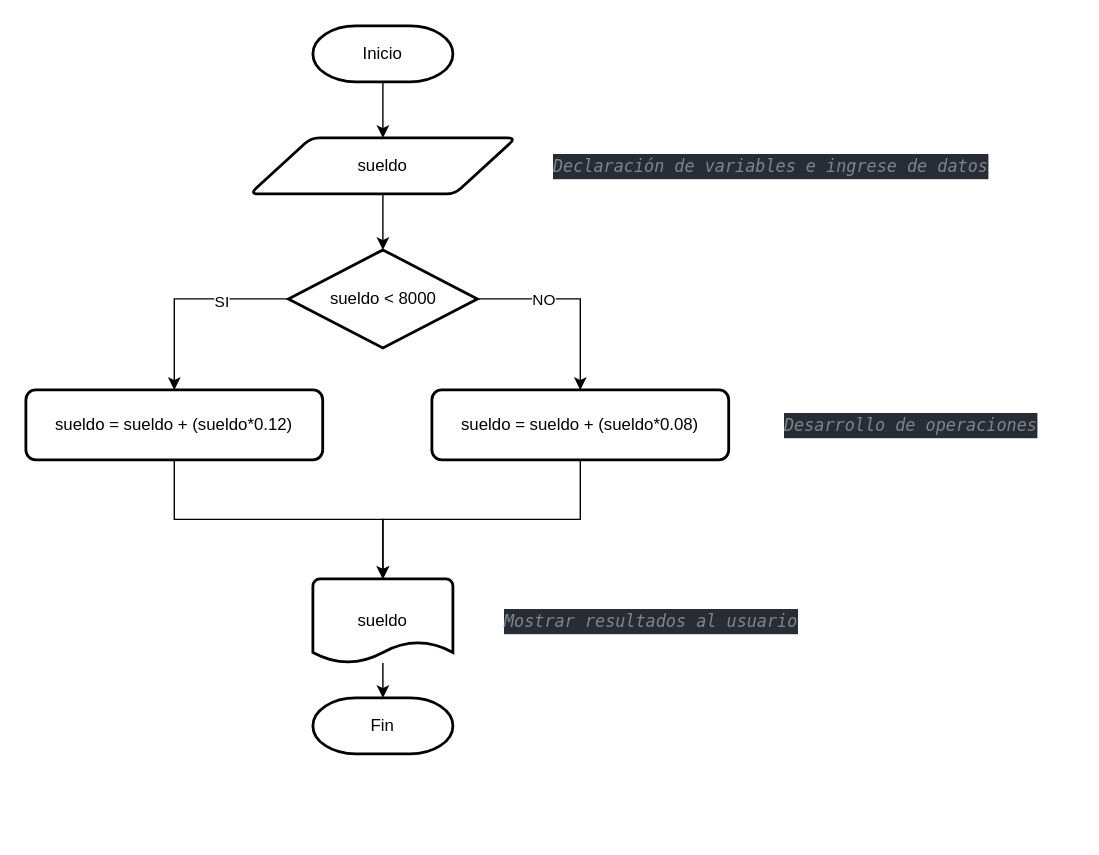
The draw.io diagram ES_Ejercicio_09.drawio in JaritaSanty/draw.io_BookPython, before the edit. Source tidied: cells renumbered, new cells numbered last; positions are measured from the earlier drawing's top-left corner, leaving out a move shared by most shapes. Both pictures are drawn from the tidied source at 140%, with x=0, y=0 at pixel (25, 25).
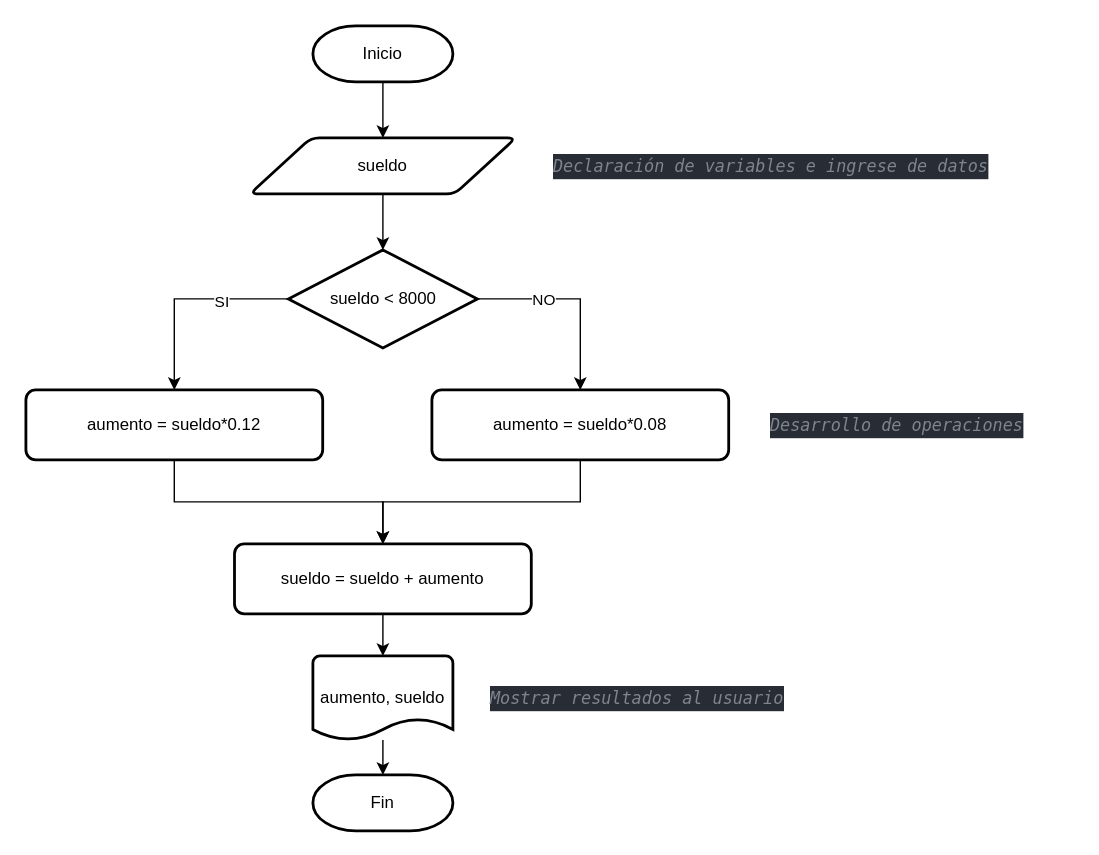
The same diagram, later.

Change to the diagram source:
```diff
@@
     <mxCell id="5" value="Fin" style="strokeWidth=2;html=1;shape=mxgraph.flowchart.terminator;whiteSpace=wrap;" parent="1" vertex="1">
-      <mxGeometry x="205" y="480" width="100" height="40" as="geometry" />
+      <mxGeometry x="205" y="535" width="100" height="40" as="geometry" />
     </mxCell>
@@
-    <mxCell id="13" value="sueldo" style="strokeWidth=2;html=1;shape=mxgraph.flowchart.document2;whiteSpace=wrap;size=0.25;" parent="1" vertex="1">
-      <mxGeometry x="205" y="395" width="100" height="60" as="geometry" />
+    <mxCell id="13" value="aumento, sueldo" style="strokeWidth=2;html=1;shape=mxgraph.flowchart.document2;whiteSpace=wrap;size=0.25;" parent="1" vertex="1">
+      <mxGeometry x="205" y="450" width="100" height="60" as="geometry" />
     </mxCell>
@@
     <mxCell id="15" value="&lt;div style=&quot;font-style: normal; font-variant-caps: normal; font-weight: normal; letter-spacing: normal; text-align: start; text-indent: 0px; text-transform: none; word-spacing: 0px; -webkit-text-stroke-width: 0px; text-decoration: none; color: rgb(171, 178, 191); background-color: rgb(40, 44, 52); font-family: &amp;quot;Fira Code&amp;quot;, &amp;quot;Menlo for Powerline&amp;quot;, Menlo, Monaco, &amp;quot;Courier New&amp;quot;, monospace; font-size: 12px; line-height: 18px;&quot;&gt;&lt;div&gt;&lt;span style=&quot;color: rgb(127, 132, 142); font-style: italic;&quot;&gt;Mostrar resultados al usuario&lt;/span&gt;&lt;/div&gt;&lt;/div&gt;" style="text;whiteSpace=wrap;html=1;" parent="1" vertex="1">
-      <mxGeometry x="340" y="410" width="240" height="30" as="geometry" />
+      <mxGeometry x="330" y="465" width="240" height="30" as="geometry" />
     </mxCell>
     <mxCell id="16" value="&lt;div style=&quot;font-style: normal; font-variant-caps: normal; font-weight: normal; letter-spacing: normal; text-align: start; text-indent: 0px; text-transform: none; word-spacing: 0px; -webkit-text-stroke-width: 0px; text-decoration: none; color: rgb(171, 178, 191); background-color: rgb(40, 44, 52); font-family: &amp;quot;Fira Code&amp;quot;, &amp;quot;Menlo for Powerline&amp;quot;, Menlo, Monaco, &amp;quot;Courier New&amp;quot;, monospace; font-size: 12px; line-height: 18px;&quot;&gt;&lt;div&gt;&lt;span style=&quot;color: rgb(127, 132, 142); font-style: italic;&quot;&gt;Desarrollo de operaciones&lt;/span&gt;&lt;/div&gt;&lt;/div&gt;" style="text;whiteSpace=wrap;html=1;" parent="1" vertex="1">
-      <mxGeometry x="540" y="270" width="210" height="30" as="geometry" />
+      <mxGeometry x="530" y="270" width="210" height="30" as="geometry" />
     </mxCell>
-    <mxCell id="17" style="edgeStyle=orthogonalEdgeStyle;rounded=0;jettySize=auto;html=1;exitX=0.5;exitY=1;exitDx=0;exitDy=0;entryX=0.5;entryY=0;entryDx=0;entryDy=0;entryPerimeter=0;" parent="1" edge="1" source="18" target="13">
+    <mxCell id="17" style="edgeStyle=orthogonalEdgeStyle;rounded=0;jettySize=auto;html=1;exitX=0.5;exitY=1;exitDx=0;exitDy=0;entryX=0.5;entryY=0;entryDx=0;entryDy=0;" parent="1" edge="1" source="18" target="22">
       <mxGeometry relative="1" as="geometry" />
     </mxCell>
-    <mxCell id="18" value="sueldo = sueldo + (sueldo*0.12)" style="rounded=1;whiteSpace=wrap;html=1;absoluteArcSize=1;arcSize=14;strokeWidth=2;" parent="1" vertex="1">
+    <mxCell id="18" value="aumento = sueldo*0.12" style="rounded=1;whiteSpace=wrap;html=1;absoluteArcSize=1;arcSize=14;strokeWidth=2;" parent="1" vertex="1">
       <mxGeometry y="260" width="212" height="50" as="geometry" />
     </mxCell>
-    <mxCell id="19" style="edgeStyle=orthogonalEdgeStyle;rounded=0;jettySize=auto;html=1;exitX=0.5;exitY=1;exitDx=0;exitDy=0;entryX=0.5;entryY=0;entryDx=0;entryDy=0;entryPerimeter=0;" parent="1" edge="1" source="20" target="13">
+    <mxCell id="19" style="edgeStyle=orthogonalEdgeStyle;rounded=0;jettySize=auto;html=1;exitX=0.5;exitY=1;exitDx=0;exitDy=0;entryX=0.5;entryY=0;entryDx=0;entryDy=0;" parent="1" edge="1" source="20" target="22">
       <mxGeometry relative="1" as="geometry" />
     </mxCell>
-    <mxCell id="20" value="sueldo = sueldo + (sueldo*0.08)" style="rounded=1;whiteSpace=wrap;html=1;absoluteArcSize=1;arcSize=14;strokeWidth=2;" parent="1" vertex="1">
+    <mxCell id="20" value="aumento = sueldo*0.08" style="rounded=1;whiteSpace=wrap;html=1;absoluteArcSize=1;arcSize=14;strokeWidth=2;" parent="1" vertex="1">
       <mxGeometry x="290" y="260" width="212" height="50" as="geometry" />
     </mxCell>
+    <mxCell id="21" style="edgeStyle=orthogonalEdgeStyle;rounded=0;jettySize=auto;html=1;exitX=0.5;exitY=1;exitDx=0;exitDy=0;" parent="1" edge="1" source="22" target="13">
+      <mxGeometry relative="1" as="geometry" />
+    </mxCell>
+    <mxCell id="22" value="sueldo = sueldo + aumento" style="rounded=1;whiteSpace=wrap;html=1;absoluteArcSize=1;arcSize=14;strokeWidth=2;" parent="1" vertex="1">
+      <mxGeometry x="149" y="370" width="212" height="50" as="geometry" />
+    </mxCell>
```
